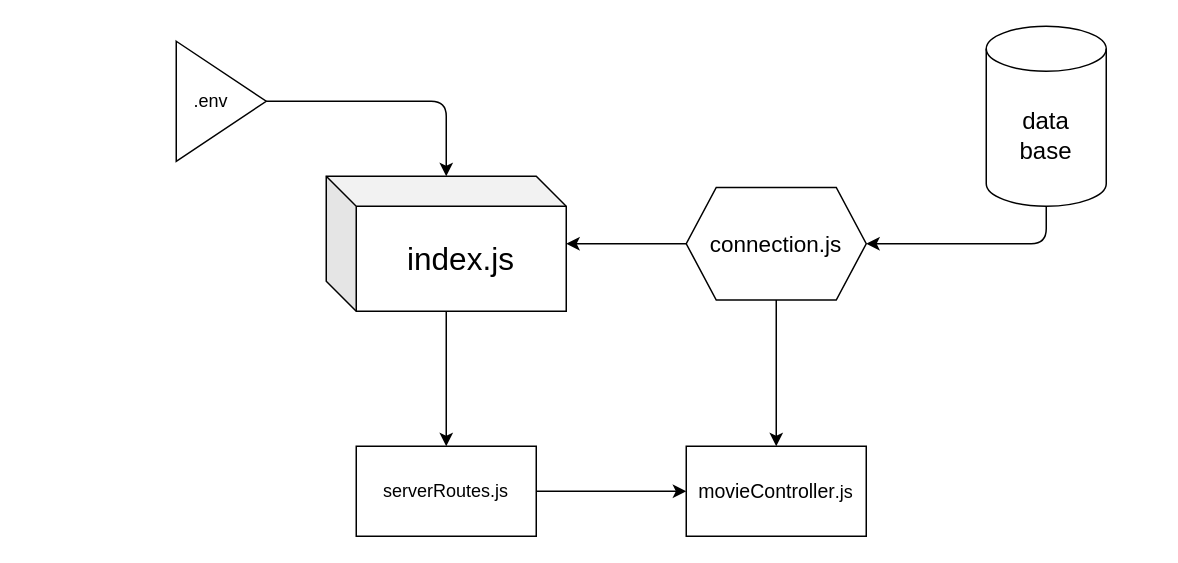
Above: projectStructure.drawio in coluccifrancesco/webapp-express (draw.io), before the change. Source tidied: cells renumbered, new cells numbered last; positions are measured from the earlier drawing's top-left corner, leaving out a move shared by most shapes. Both pictures are drawn from the tidied source at 150%, with x=0, y=0 at pixel (176, 26).
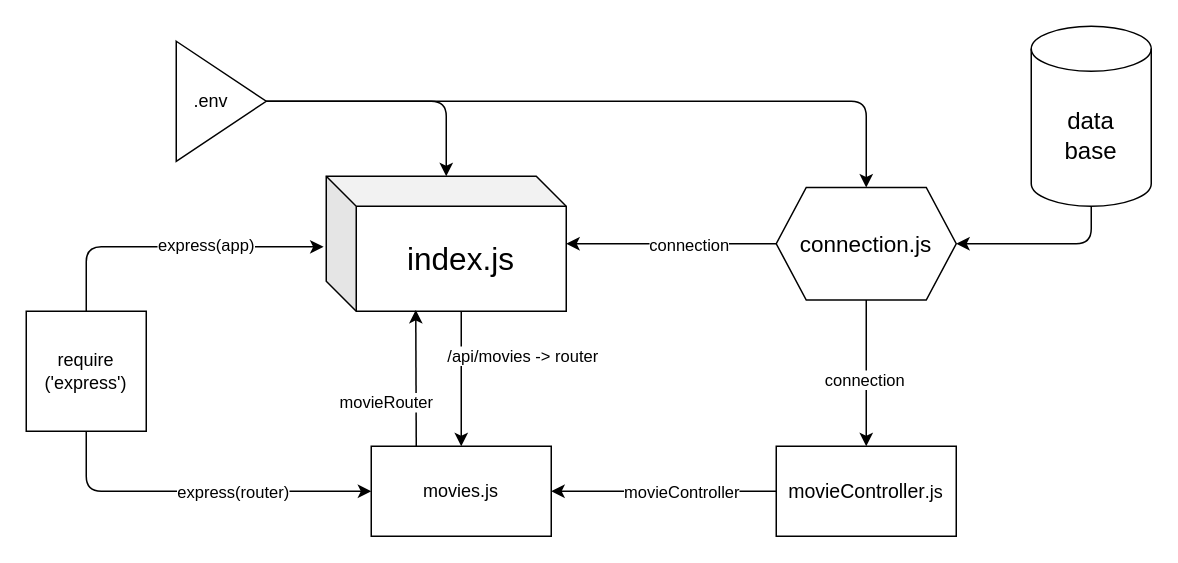
Above is the later version.

Unchanged cells that the change refers to:
```xml
<mxCell id="3" value="&lt;font style=&quot;font-size: 21px;&quot;&gt;index.js&lt;/font&gt;" style="shape=cube;whiteSpace=wrap;html=1;boundedLbl=1;backgroundOutline=1;darkOpacity=0.05;darkOpacity2=0.1;" parent="1" vertex="1">
  <mxGeometry x="100" y="100" width="160" height="90" as="geometry" />
</mxCell>
<mxCell id="6" value=".env&amp;nbsp; &amp;nbsp;&amp;nbsp;" style="triangle;whiteSpace=wrap;html=1;" parent="1" vertex="1">
  <mxGeometry y="10" width="60" height="80" as="geometry" />
</mxCell>
<mxCell id="10" style="edgeStyle=none;html=1;exitX=0.5;exitY=1;exitDx=0;exitDy=0;" parent="1" edge="1" source="11" target="13">
  <mxGeometry relative="1" as="geometry" />
</mxCell>
<mxCell id="12" style="edgeStyle=none;html=1;exitX=0;exitY=0.5;exitDx=0;exitDy=0;" parent="1" edge="1" source="11" target="3">
  <mxGeometry relative="1" as="geometry" />
</mxCell>
```

The edit, as a diff of the source:
```diff
@@
-    <mxCell id="2" style="edgeStyle=none;html=1;" parent="1" edge="1" source="3" target="9">
+    <mxCell id="2" style="edgeStyle=none;html=1;exitX=0;exitY=0;exitDx=90;exitDy=90;exitPerimeter=0;" parent="1" edge="1" source="3" target="9">
       <mxGeometry relative="1" as="geometry" />
     </mxCell>
+    <mxCell id="14" value="/api/movies -&amp;gt; router" style="edgeLabel;html=1;align=center;verticalAlign=middle;" parent="2" vertex="1">
+      <mxGeometry x="-0.02" y="1" relative="1" as="geometry">
+        <mxPoint x="39" y="-15" as="offset" />
+      </mxGeometry>
+    </mxCell>
@@
     <mxCell id="4" style="edgeStyle=none;html=1;exitX=0.5;exitY=1;exitDx=0;exitDy=0;exitPerimeter=0;entryX=1;entryY=0.5;entryDx=0;entryDy=0;" parent="1" edge="1" source="5" target="11">
       <mxGeometry relative="1" as="geometry">
         <Array as="points">
-          <mxPoint x="580" y="145" />
+          <mxPoint x="610" y="145" />
         </Array>
       </mxGeometry>
     </mxCell>
     <mxCell id="5" value="&lt;font style=&quot;font-size: 16px;&quot;&gt;data&lt;/font&gt;&lt;div&gt;&lt;font style=&quot;font-size: 16px;&quot;&gt;base&lt;/font&gt;&lt;/div&gt;" style="shape=cylinder3;whiteSpace=wrap;html=1;boundedLbl=1;backgroundOutline=1;size=15;" parent="1" vertex="1">
-      <mxGeometry x="540" width="80" height="120" as="geometry" />
+      <mxGeometry x="570" width="80" height="120" as="geometry" />
     </mxCell>
+    <mxCell id="15" style="edgeStyle=none;html=1;exitX=1;exitY=0.5;exitDx=0;exitDy=0;entryX=0.5;entryY=0;entryDx=0;entryDy=0;" parent="1" edge="1" source="6" target="11">
+      <mxGeometry relative="1" as="geometry">
+        <Array as="points">
+          <mxPoint x="460" y="50" />
+        </Array>
+      </mxGeometry>
+    </mxCell>
@@
-    <mxCell id="8" style="edgeStyle=none;html=1;exitX=1;exitY=0.5;exitDx=0;exitDy=0;" parent="1" edge="1" source="9" target="13">
-      <mxGeometry relative="1" as="geometry" />
-    </mxCell>
-    <mxCell id="9" value="serverRoutes.js" style="rounded=0;whiteSpace=wrap;html=1;" parent="1" vertex="1">
-      <mxGeometry x="120" y="280" width="120" height="60" as="geometry" />
+    <mxCell id="9" value="movies.js" style="rounded=0;whiteSpace=wrap;html=1;" parent="1" vertex="1">
+      <mxGeometry x="130" y="280" width="120" height="60" as="geometry" />
     </mxCell>
@@
+    <mxCell id="16" value="connection" style="edgeLabel;html=1;align=center;verticalAlign=middle;" parent="10" vertex="1">
+      <mxGeometry x="0.09" y="-2" relative="1" as="geometry" />
+    </mxCell>
     <mxCell id="11" value="&lt;font style=&quot;font-size: 15px;&quot;&gt;connection.js&lt;/font&gt;" style="shape=hexagon;perimeter=hexagonPerimeter2;whiteSpace=wrap;html=1;fixedSize=1;" parent="1" vertex="1">
-      <mxGeometry x="340" y="107.5" width="120" height="75" as="geometry" />
+      <mxGeometry x="400" y="107.5" width="120" height="75" as="geometry" />
     </mxCell>
@@
+    <mxCell id="17" value="connection" style="edgeLabel;html=1;align=center;verticalAlign=middle;" parent="12" vertex="1">
+      <mxGeometry x="0.06" y="-2" relative="1" as="geometry">
+        <mxPoint x="15" y="2" as="offset" />
+      </mxGeometry>
+    </mxCell>
+    <mxCell id="18" style="edgeStyle=none;html=1;exitX=0;exitY=0.5;exitDx=0;exitDy=0;entryX=1;entryY=0.5;entryDx=0;entryDy=0;" parent="1" edge="1" source="13" target="9">
+      <mxGeometry relative="1" as="geometry" />
+    </mxCell>
+    <mxCell id="19" value="movieController" style="edgeLabel;html=1;align=center;verticalAlign=middle;" parent="18" vertex="1">
+      <mxGeometry x="0.15" relative="1" as="geometry">
+        <mxPoint x="22" as="offset" />
+      </mxGeometry>
+    </mxCell>
     <mxCell id="13" value="&lt;font style=&quot;font-size: 13px;&quot;&gt;movieController&lt;/font&gt;.js" style="rounded=0;whiteSpace=wrap;html=1;" parent="1" vertex="1">
-      <mxGeometry x="340" y="280" width="120" height="60" as="geometry" />
+      <mxGeometry x="400" y="280" width="120" height="60" as="geometry" />
     </mxCell>
+    <mxCell id="20" style="edgeStyle=none;html=1;exitX=0.5;exitY=0;exitDx=0;exitDy=0;entryX=-0.011;entryY=0.523;entryDx=0;entryDy=0;entryPerimeter=0;" parent="1" edge="1" source="24" target="3">
+      <mxGeometry relative="1" as="geometry">
+        <Array as="points">
+          <mxPoint x="-60" y="147" />
+        </Array>
+      </mxGeometry>
+    </mxCell>
+    <mxCell id="21" value="express(app&lt;span style=&quot;background-color: light-dark(#ffffff, var(--ge-dark-color, #121212));&quot;&gt;)&lt;/span&gt;" style="edgeLabel;html=1;align=center;verticalAlign=middle;" parent="20" vertex="1">
+      <mxGeometry x="0.14" y="-1" relative="1" as="geometry">
+        <mxPoint x="8" y="-3" as="offset" />
+      </mxGeometry>
+    </mxCell>
+    <mxCell id="22" style="edgeStyle=none;html=1;exitX=0.5;exitY=1;exitDx=0;exitDy=0;entryX=0;entryY=0.5;entryDx=0;entryDy=0;" parent="1" edge="1" source="24" target="9">
+      <mxGeometry relative="1" as="geometry">
+        <Array as="points">
+          <mxPoint x="-60" y="310" />
+        </Array>
+      </mxGeometry>
+    </mxCell>
+    <mxCell id="23" value="express(router)" style="edgeLabel;html=1;align=center;verticalAlign=middle;" parent="22" vertex="1">
+      <mxGeometry x="0.26" y="-3" relative="1" as="geometry">
+        <mxPoint x="-8" y="-3" as="offset" />
+      </mxGeometry>
+    </mxCell>
+    <mxCell id="24" value="require&lt;div&gt;('express')&lt;/div&gt;" style="whiteSpace=wrap;html=1;" parent="1" vertex="1">
+      <mxGeometry x="-100" y="190" width="80" height="80" as="geometry" />
+    </mxCell>
+    <mxCell id="25" style="edgeStyle=none;html=1;exitX=0.25;exitY=0;exitDx=0;exitDy=0;entryX=0.373;entryY=0.99;entryDx=0;entryDy=0;entryPerimeter=0;" parent="1" edge="1" source="9" target="3">
+      <mxGeometry relative="1" as="geometry" />
+    </mxCell>
+    <mxCell id="26" value="movieRouter" style="edgeLabel;html=1;align=center;verticalAlign=middle;" parent="25" vertex="1">
+      <mxGeometry x="-0.35" y="1" relative="1" as="geometry">
+        <mxPoint x="-19" as="offset" />
+      </mxGeometry>
+    </mxCell>
```
